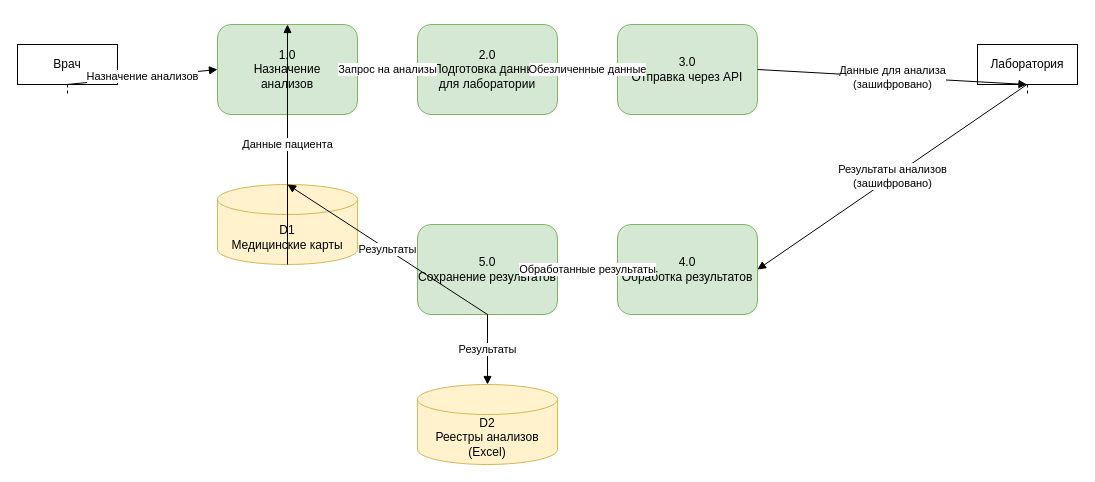
Above: Task1/DFD_Level1_Интеграция_с_лабораторией.drawio in practicumstudent2025/architecture-medikamente (draw.io), before the change. Source tidied: cells renumbered, new cells numbered last; positions are measured from the earlier drawing's top-left corner, leaving out a move shared by most shapes. Both pictures are drawn from the tidied source at 100%, with x=0, y=0 at pixel (17, 24).
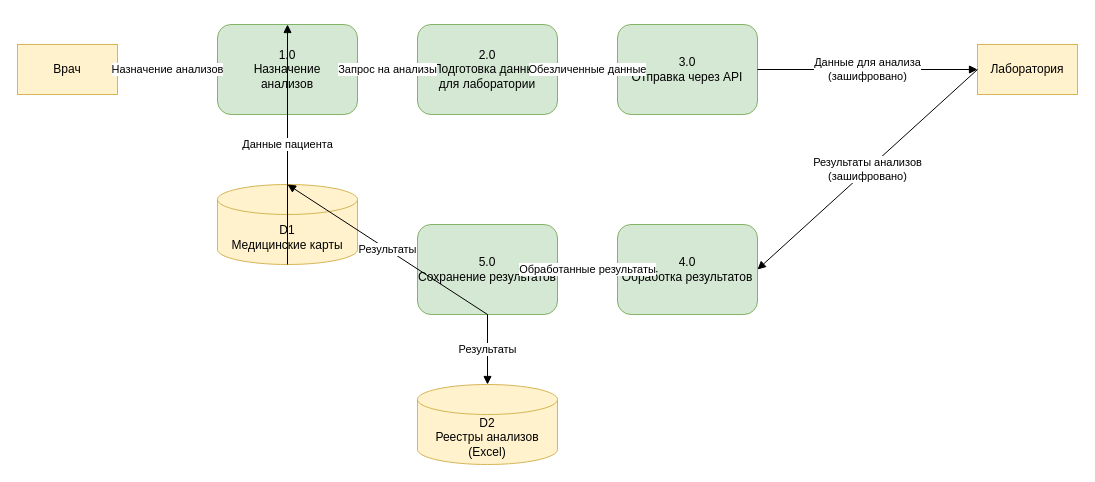
The same diagram, later.

Diff of the diagram source:
```diff
@@
 <mxGraphModel>
   <root>
     <mxCell id="0" />
     <mxCell id="1" parent="0" />
-    <mxCell id="2" value="Врач" style="shape=umlLifeline;perimeter=lifelinePerimeter;whiteSpace=wrap;html=1;outlineConnect=0;" parent="1" vertex="1">
+    <mxCell id="2" value="Врач" style="rounded=0;whiteSpace=wrap;html=1;fillColor=#fff2cc;strokeColor=#d6b656;" parent="1" vertex="1">
       <mxGeometry y="20" width="100" height="50" as="geometry" />
     </mxCell>
-    <mxCell id="3" value="Лаборатория" style="shape=umlLifeline;perimeter=lifelinePerimeter;whiteSpace=wrap;html=1;outlineConnect=0;" parent="1" vertex="1">
+    <mxCell id="3" value="Лаборатория" style="rounded=0;whiteSpace=wrap;html=1;fillColor=#fff2cc;strokeColor=#d6b656;" parent="1" vertex="1">
       <mxGeometry x="960" y="20" width="100" height="50" as="geometry" />
     </mxCell>
     <mxCell id="4" value="1.0&#10;Назначение&#10;анализов" style="rounded=1;whiteSpace=wrap;html=1;fillColor=#d5e8d4;strokeColor=#82b366;" parent="1" vertex="1">
       <mxGeometry x="200" width="140" height="90" as="geometry" />
     </mxCell>
     <mxCell id="5" value="2.0&#10;Подготовка данных&#10;для лаборатории" style="rounded=1;whiteSpace=wrap;html=1;fillColor=#d5e8d4;strokeColor=#82b366;" parent="1" vertex="1">
       <mxGeometry x="400" width="140" height="90" as="geometry" />
     </mxCell>
     <mxCell id="6" value="3.0&#10;Отправка через API" style="rounded=1;whiteSpace=wrap;html=1;fillColor=#d5e8d4;strokeColor=#82b366;" parent="1" vertex="1">
       <mxGeometry x="600" width="140" height="90" as="geometry" />
     </mxCell>
     <mxCell id="7" value="4.0&#10;Обработка результатов" style="rounded=1;whiteSpace=wrap;html=1;fillColor=#d5e8d4;strokeColor=#82b366;" parent="1" vertex="1">
       <mxGeometry x="600" y="200" width="140" height="90" as="geometry" />
     </mxCell>
     <mxCell id="8" value="5.0&#10;Сохранение результатов" style="rounded=1;whiteSpace=wrap;html=1;fillColor=#d5e8d4;strokeColor=#82b366;" parent="1" vertex="1">
       <mxGeometry x="400" y="200" width="140" height="90" as="geometry" />
     </mxCell>
     <mxCell id="9" value="D1&#10;Медицинские карты" style="shape=cylinder3;whiteSpace=wrap;html=1;boundedLbl=1;backgroundOutline=1;size=15;fillColor=#fff2cc;strokeColor=#d6b656;" parent="1" vertex="1">
       <mxGeometry x="200" y="160" width="140" height="80" as="geometry" />
     </mxCell>
     <mxCell id="10" value="D2&#10;Реестры анализов&#10;(Excel)" style="shape=cylinder3;whiteSpace=wrap;html=1;boundedLbl=1;backgroundOutline=1;size=15;fillColor=#fff2cc;strokeColor=#d6b656;" parent="1" vertex="1">
       <mxGeometry x="400" y="360" width="140" height="80" as="geometry" />
     </mxCell>
     <mxCell id="11" value="Назначение анализов" style="endArrow=block;endFill=1;html=1;rounded=0;exitX=1;exitY=0.5;exitDx=0;exitDy=0;entryX=0;entryY=0.5;entryDx=0;entryDy=0;" parent="1" edge="1" source="2" target="4">
       <mxGeometry relative="1" as="geometry" />
     </mxCell>
     <mxCell id="12" value="Данные пациента" style="endArrow=block;endFill=1;html=1;rounded=0;exitX=0.5;exitY=1;exitDx=0;exitDy=0;entryX=0.5;entryY=0;entryDx=0;entryDy=0;" parent="1" edge="1" source="9" target="4">
       <mxGeometry relative="1" as="geometry" />
     </mxCell>
     <mxCell id="13" value="Запрос на анализы" style="endArrow=block;endFill=1;html=1;rounded=0;exitX=1;exitY=0.5;exitDx=0;exitDy=0;entryX=0;entryY=0.5;entryDx=0;entryDy=0;" parent="1" edge="1" source="4" target="5">
       <mxGeometry relative="1" as="geometry" />
     </mxCell>
     <mxCell id="14" value="Обезличенные данные" style="endArrow=block;endFill=1;html=1;rounded=0;exitX=1;exitY=0.5;exitDx=0;exitDy=0;entryX=0;entryY=0.5;entryDx=0;entryDy=0;" parent="1" edge="1" source="5" target="6">
       <mxGeometry relative="1" as="geometry" />
     </mxCell>
     <mxCell id="15" value="Данные для анализа&#10;(зашифровано)" style="endArrow=block;endFill=1;html=1;rounded=0;exitX=1;exitY=0.5;exitDx=0;exitDy=0;entryX=0;entryY=0.5;entryDx=0;entryDy=0;" parent="1" edge="1" source="6" target="3">
       <mxGeometry relative="1" as="geometry" />
     </mxCell>
     <mxCell id="16" value="Результаты анализов&#10;(зашифровано)" style="endArrow=block;endFill=1;html=1;rounded=0;exitX=0;exitY=0.5;exitDx=0;exitDy=0;entryX=1;entryY=0.5;entryDx=0;entryDy=0;" parent="1" edge="1" source="3" target="7">
       <mxGeometry relative="1" as="geometry" />
     </mxCell>
     <mxCell id="17" value="Обработанные результаты" style="endArrow=block;endFill=1;html=1;rounded=0;exitX=0;exitY=0.5;exitDx=0;exitDy=0;entryX=1;entryY=0.5;entryDx=0;entryDy=0;" parent="1" edge="1" source="7" target="8">
       <mxGeometry relative="1" as="geometry" />
     </mxCell>
     <mxCell id="18" value="Результаты" style="endArrow=block;endFill=1;html=1;rounded=0;exitX=0.5;exitY=1;exitDx=0;exitDy=0;entryX=0.5;entryY=0;entryDx=0;entryDy=0;" parent="1" edge="1" source="8" target="10">
       <mxGeometry relative="1" as="geometry" />
     </mxCell>
     <mxCell id="19" value="Результаты" style="endArrow=block;endFill=1;html=1;rounded=0;exitX=0.5;exitY=1;exitDx=0;exitDy=0;entryX=0.5;entryY=0;entryDx=0;entryDy=0;" parent="1" edge="1" source="8" target="9">
       <mxGeometry relative="1" as="geometry" />
     </mxCell>
   </root>
 </mxGraphModel>
```
